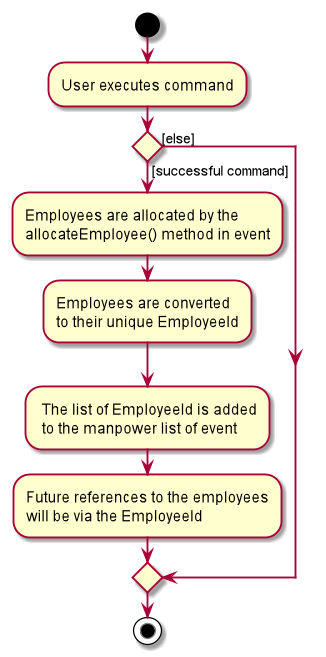
Before: docs/images/AutoAllocateActivityDiagram.png, a diagram exported from PlantUML (nus-cs2103-AY1920S1/addressbook-level3).
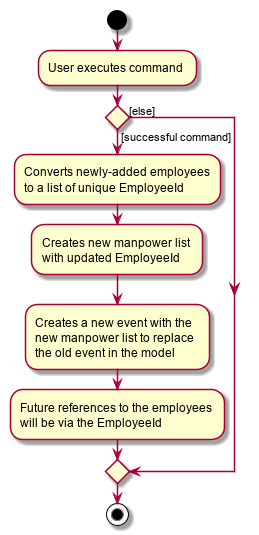
Later version of the same file.

Change to the diagram source:
```diff
@@ -4,12 +4,13 @@
 
 
 if () then ([successful command])
-    :Employees are allocated by the
-    allocateEmployee() method in event;
-    :Employees are converted
-    to their unique EmployeeId;
-    : The list of EmployeeId is added
-     to the manpower list of event;
+    :Converts newly-added employees
+    to a list of unique EmployeeId;
+    :Creates new manpower list
+    with updated EmployeeId;
+    :Creates a new event with the
+    new manpower list to replace
+    the old event in the model;
 
     :Future references to the employees
     will be via the EmployeeId;
```
